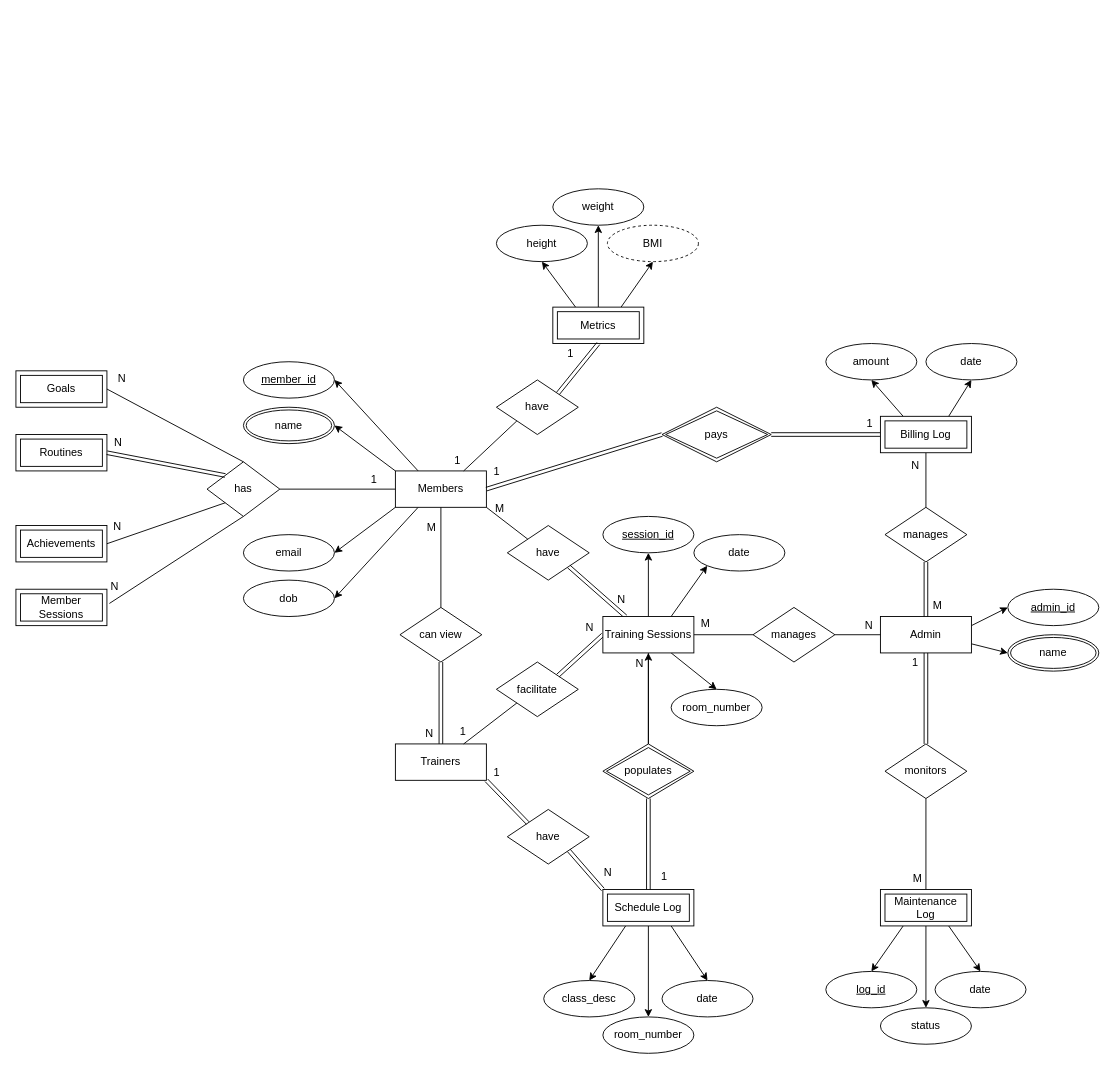
Ibrahimsalman01/FitFriend keeps this draw.io diagram as FitFriend_ER.drawio. Above is the earlier version. Source tidied: cells renumbered, new cells numbered last; positions are measured from the earlier drawing's top-left corner, leaving out a move shared by most shapes. Both pictures are drawn from the tidied source at 91%, with x=0, y=0 at pixel (15, 188).
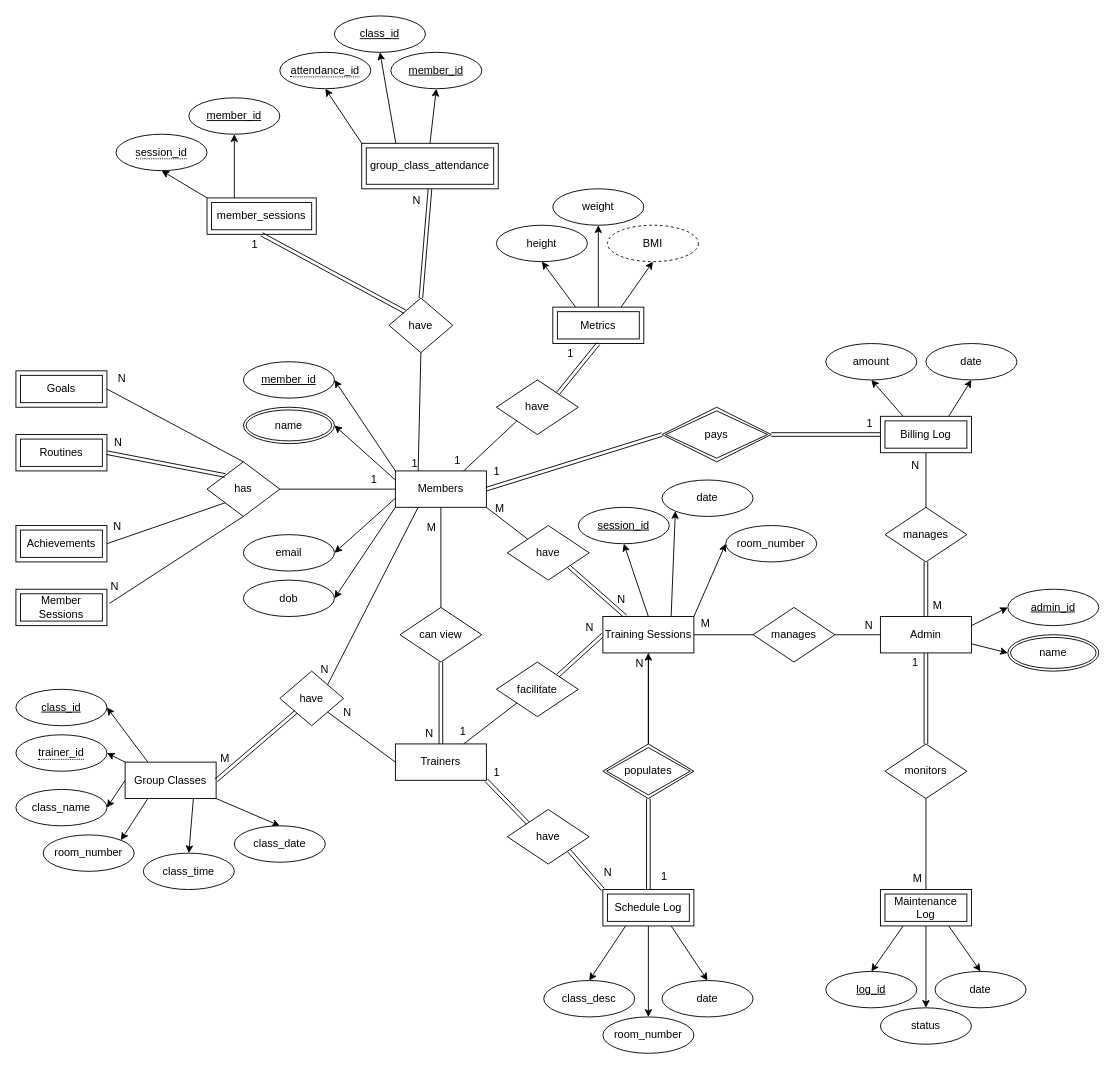
The same diagram, later.

The change refers to these unchanged cells:
```xml
<mxCell id="6" value="Members" style="whiteSpace=wrap;html=1;align=center;" parent="1" vertex="1">
  <mxGeometry x="417" y="310" width="100" height="40" as="geometry" />
</mxCell>
<mxCell id="7" value="Trainers" style="whiteSpace=wrap;html=1;align=center;" parent="1" vertex="1">
  <mxGeometry x="417" y="610" width="100" height="40" as="geometry" />
</mxCell>
<mxCell id="69" value="member_id" style="ellipse;whiteSpace=wrap;html=1;align=center;fontStyle=4;" parent="1" vertex="1">
  <mxGeometry x="250" y="190" width="100" height="40" as="geometry" />
</mxCell>
<mxCell id="70" value="name" style="ellipse;shape=doubleEllipse;margin=3;whiteSpace=wrap;html=1;align=center;" parent="1" vertex="1">
  <mxGeometry x="250" y="240" width="100" height="40" as="geometry" />
</mxCell>
<mxCell id="84" value="Training Sessions" style="whiteSpace=wrap;html=1;align=center;" parent="1" vertex="1">
  <mxGeometry x="645" y="470" width="100" height="40" as="geometry" />
</mxCell>
<mxCell id="101" value="email" style="ellipse;whiteSpace=wrap;html=1;align=center;" parent="1" vertex="1">
  <mxGeometry x="250" y="380" width="100" height="40" as="geometry" />
</mxCell>
<mxCell id="102" value="dob" style="ellipse;whiteSpace=wrap;html=1;align=center;" parent="1" vertex="1">
  <mxGeometry x="250" y="430" width="100" height="40" as="geometry" />
</mxCell>
```

The edit, as a diff of the source:
```diff
@@
-    <mxCell id="2" style="edgeStyle=none;html=1;exitX=0.25;exitY=0;exitDx=0;exitDy=0;entryX=1;entryY=0.5;entryDx=0;entryDy=0;" parent="1" edge="1" source="6" target="69">
+    <mxCell id="2" style="edgeStyle=none;html=1;exitX=0;exitY=0;exitDx=0;exitDy=0;entryX=1;entryY=0.5;entryDx=0;entryDy=0;" parent="1" edge="1" source="6" target="69">
       <mxGeometry relative="1" as="geometry" />
     </mxCell>
-    <mxCell id="3" style="edgeStyle=none;html=1;exitX=0;exitY=0;exitDx=0;exitDy=0;entryX=1;entryY=0.5;entryDx=0;entryDy=0;" parent="1" edge="1" source="6" target="70">
+    <mxCell id="3" style="edgeStyle=none;html=1;exitX=0;exitY=0.25;exitDx=0;exitDy=0;entryX=1;entryY=0.5;entryDx=0;entryDy=0;" parent="1" edge="1" source="6" target="70">
       <mxGeometry relative="1" as="geometry" />
     </mxCell>
-    <mxCell id="4" style="edgeStyle=none;html=1;exitX=0;exitY=1;exitDx=0;exitDy=0;entryX=1;entryY=0.5;entryDx=0;entryDy=0;" parent="1" edge="1" source="6" target="101">
+    <mxCell id="4" style="edgeStyle=none;html=1;exitX=0;exitY=0.75;exitDx=0;exitDy=0;entryX=1;entryY=0.5;entryDx=0;entryDy=0;" parent="1" edge="1" source="6" target="101">
       <mxGeometry relative="1" as="geometry" />
     </mxCell>
-    <mxCell id="5" style="edgeStyle=none;html=1;exitX=0.25;exitY=1;exitDx=0;exitDy=0;entryX=1;entryY=0.5;entryDx=0;entryDy=0;" parent="1" edge="1" source="6" target="102">
+    <mxCell id="5" style="edgeStyle=none;html=1;exitX=0;exitY=1;exitDx=0;exitDy=0;entryX=1;entryY=0.5;entryDx=0;entryDy=0;" parent="1" edge="1" source="6" target="102">
       <mxGeometry relative="1" as="geometry" />
     </mxCell>
@@
+    <mxCell id="83" style="edgeStyle=none;html=1;exitX=0.75;exitY=0;exitDx=0;exitDy=0;entryX=0;entryY=1;entryDx=0;entryDy=0;" parent="1" edge="1" source="84" target="114">
+      <mxGeometry relative="1" as="geometry" />
+    </mxCell>
-    <mxCell id="82" style="edgeStyle=none;html=1;exitX=0.75;exitY=1;exitDx=0;exitDy=0;entryX=0.5;entryY=0;entryDx=0;entryDy=0;" parent="1" edge="1" source="84" target="93">
+    <mxCell id="82" style="edgeStyle=none;html=1;exitX=1;exitY=0;exitDx=0;exitDy=0;entryX=0;entryY=0.5;entryDx=0;entryDy=0;" parent="1" edge="1" source="84" target="93">
       <mxGeometry relative="1" as="geometry" />
     </mxCell>
-    <mxCell id="83" style="edgeStyle=none;html=1;exitX=0.75;exitY=0;exitDx=0;exitDy=0;entryX=0;entryY=1;entryDx=0;entryDy=0;" parent="1" edge="1" source="84" target="114">
-      <mxGeometry relative="1" as="geometry" />
-    </mxCell>
@@
     <mxCell id="92" value="session_id" style="ellipse;whiteSpace=wrap;html=1;align=center;fontStyle=4;" parent="1" vertex="1">
-      <mxGeometry x="645" y="360" width="100" height="40" as="geometry" />
+      <mxGeometry x="618" y="350" width="100" height="40" as="geometry" />
     </mxCell>
     <mxCell id="93" value="room_number" style="ellipse;whiteSpace=wrap;html=1;align=center;" parent="1" vertex="1">
-      <mxGeometry x="720" y="550" width="100" height="40" as="geometry" />
+      <mxGeometry x="780" y="370" width="100" height="40" as="geometry" />
     </mxCell>
@@
     <mxCell id="114" value="date" style="ellipse;whiteSpace=wrap;html=1;align=center;" parent="1" vertex="1">
-      <mxGeometry x="745" y="380" width="100" height="40" as="geometry" />
+      <mxGeometry x="710" y="320" width="100" height="40" as="geometry" />
     </mxCell>
@@
+    <mxCell id="116" value="have" style="shape=rhombus;perimeter=rhombusPerimeter;whiteSpace=wrap;html=1;align=center;" parent="1" vertex="1">
+      <mxGeometry x="290" y="530" width="70" height="60" as="geometry" />
+    </mxCell>
+    <mxCell id="117" style="edgeStyle=none;html=1;exitX=0.25;exitY=0;exitDx=0;exitDy=0;entryX=1;entryY=0.5;entryDx=0;entryDy=0;" parent="1" edge="1" source="123" target="131">
+      <mxGeometry relative="1" as="geometry" />
+    </mxCell>
+    <mxCell id="118" style="edgeStyle=none;html=1;exitX=0;exitY=0;exitDx=0;exitDy=0;entryX=1;entryY=0.5;entryDx=0;entryDy=0;" parent="1" edge="1" source="123" target="132">
+      <mxGeometry relative="1" as="geometry" />
+    </mxCell>
+    <mxCell id="119" style="edgeStyle=none;html=1;exitX=0;exitY=0.5;exitDx=0;exitDy=0;entryX=1;entryY=0.5;entryDx=0;entryDy=0;" parent="1" edge="1" source="123" target="130">
+      <mxGeometry relative="1" as="geometry" />
+    </mxCell>
+    <mxCell id="120" style="edgeStyle=none;html=1;exitX=0.25;exitY=1;exitDx=0;exitDy=0;entryX=1;entryY=0;entryDx=0;entryDy=0;" parent="1" edge="1" source="123" target="133">
+      <mxGeometry relative="1" as="geometry" />
+    </mxCell>
+    <mxCell id="121" style="edgeStyle=none;html=1;exitX=0.75;exitY=1;exitDx=0;exitDy=0;entryX=0.5;entryY=0;entryDx=0;entryDy=0;" parent="1" edge="1" source="123" target="135">
+      <mxGeometry relative="1" as="geometry" />
+    </mxCell>
+    <mxCell id="122" style="edgeStyle=none;html=1;exitX=1;exitY=1;exitDx=0;exitDy=0;entryX=0.5;entryY=0;entryDx=0;entryDy=0;" parent="1" edge="1" source="123" target="134">
+      <mxGeometry relative="1" as="geometry" />
+    </mxCell>
+    <mxCell id="123" value="Group Classes" style="whiteSpace=wrap;html=1;align=center;" parent="1" vertex="1">
+      <mxGeometry x="120" y="630" width="100" height="40" as="geometry" />
+    </mxCell>
+    <mxCell id="124" style="endArrow=none;html=1;rounded=0;entryX=1;entryY=0;entryDx=0;entryDy=0;exitX=0.25;exitY=1;exitDx=0;exitDy=0;" parent="1" edge="1" source="6" target="116">
+      <mxGeometry relative="1" as="geometry" />
+    </mxCell>
+    <mxCell id="125" value="N" style="html=1;align=right;verticalAlign=bottom;" parent="124" vertex="1">
+      <mxGeometry x="1" relative="1" as="geometry">
+        <mxPoint x="2" y="-8" as="offset" />
+      </mxGeometry>
+    </mxCell>
+    <mxCell id="126" style="endArrow=none;html=1;rounded=0;entryX=1;entryY=1;entryDx=0;entryDy=0;exitX=0;exitY=0.5;exitDx=0;exitDy=0;" parent="1" edge="1" source="7" target="116">
+      <mxGeometry relative="1" as="geometry" />
+    </mxCell>
+    <mxCell id="127" value="N" style="html=1;align=right;verticalAlign=bottom;" parent="126" vertex="1">
+      <mxGeometry x="1" relative="1" as="geometry">
+        <mxPoint x="27" y="9" as="offset" />
+      </mxGeometry>
+    </mxCell>
+    <mxCell id="128" style="shape=link;html=1;rounded=0;entryX=1;entryY=0.5;entryDx=0;entryDy=0;exitX=0;exitY=1;exitDx=0;exitDy=0;" parent="1" edge="1" source="116" target="123">
+      <mxGeometry relative="1" as="geometry" />
+    </mxCell>
+    <mxCell id="129" value="M" style="html=1;align=right;verticalAlign=bottom;" parent="128" vertex="1">
+      <mxGeometry x="1" relative="1" as="geometry">
+        <mxPoint x="15" y="-16" as="offset" />
+      </mxGeometry>
+    </mxCell>
+    <mxCell id="130" value="class_name" style="ellipse;whiteSpace=wrap;html=1;align=center;" parent="1" vertex="1">
+      <mxGeometry y="660" width="100" height="40" as="geometry" />
+    </mxCell>
+    <mxCell id="131" value="class_id" style="ellipse;whiteSpace=wrap;html=1;align=center;fontStyle=4;" parent="1" vertex="1">
+      <mxGeometry y="550" width="100" height="40" as="geometry" />
+    </mxCell>
+    <mxCell id="132" value="&lt;span style=&quot;border-bottom: 1px dotted&quot;&gt;trainer_id&lt;/span&gt;" style="ellipse;whiteSpace=wrap;html=1;align=center;" parent="1" vertex="1">
+      <mxGeometry y="600" width="100" height="40" as="geometry" />
+    </mxCell>
+    <mxCell id="133" value="room_number" style="ellipse;whiteSpace=wrap;html=1;align=center;" parent="1" vertex="1">
+      <mxGeometry x="30" y="710" width="100" height="40" as="geometry" />
+    </mxCell>
+    <mxCell id="134" value="class_date" style="ellipse;whiteSpace=wrap;html=1;align=center;" parent="1" vertex="1">
+      <mxGeometry x="240" y="700" width="100" height="40" as="geometry" />
+    </mxCell>
+    <mxCell id="135" value="class_time" style="ellipse;whiteSpace=wrap;html=1;align=center;" parent="1" vertex="1">
+      <mxGeometry x="140" y="730" width="100" height="40" as="geometry" />
+    </mxCell>
+    <mxCell id="136" value="have" style="shape=rhombus;perimeter=rhombusPerimeter;whiteSpace=wrap;html=1;align=center;" parent="1" vertex="1">
+      <mxGeometry x="410" y="120" width="70" height="60" as="geometry" />
+    </mxCell>
+    <mxCell id="137" style="edgeStyle=none;html=1;exitX=0;exitY=0;exitDx=0;exitDy=0;entryX=0.5;entryY=1;entryDx=0;entryDy=0;" parent="1" edge="1" source="139" target="153">
+      <mxGeometry relative="1" as="geometry" />
+    </mxCell>
+    <mxCell id="138" style="edgeStyle=none;html=1;exitX=0.25;exitY=0;exitDx=0;exitDy=0;entryX=0.5;entryY=1;entryDx=0;entryDy=0;" parent="1" edge="1" source="139" target="154">
+      <mxGeometry relative="1" as="geometry" />
+    </mxCell>
+    <mxCell id="139" value="member_sessions" style="shape=ext;margin=3;double=1;whiteSpace=wrap;html=1;align=center;" parent="1" vertex="1">
+      <mxGeometry x="210" y="10" width="120" height="40" as="geometry" />
+    </mxCell>
+    <mxCell id="140" style="edgeStyle=none;html=1;exitX=0;exitY=0;exitDx=0;exitDy=0;entryX=0.5;entryY=1;entryDx=0;entryDy=0;" parent="1" edge="1" source="143" target="150">
+      <mxGeometry relative="1" as="geometry" />
+    </mxCell>
+    <mxCell id="141" style="edgeStyle=none;html=1;exitX=0.25;exitY=0;exitDx=0;exitDy=0;entryX=0.5;entryY=1;entryDx=0;entryDy=0;" parent="1" edge="1" source="143" target="151">
+      <mxGeometry relative="1" as="geometry" />
+    </mxCell>
+    <mxCell id="142" style="edgeStyle=none;html=1;exitX=0.5;exitY=0;exitDx=0;exitDy=0;entryX=0.5;entryY=1;entryDx=0;entryDy=0;" parent="1" edge="1" source="143" target="152">
+      <mxGeometry relative="1" as="geometry" />
+    </mxCell>
+    <mxCell id="143" value="group_class_attendance" style="shape=ext;margin=3;double=1;whiteSpace=wrap;html=1;align=center;" parent="1" vertex="1">
+      <mxGeometry x="380" y="-50" width="150" height="50" as="geometry" />
+    </mxCell>
+    <mxCell id="144" style="endArrow=none;html=1;rounded=0;entryX=0.25;entryY=0;entryDx=0;entryDy=0;exitX=0.5;exitY=1;exitDx=0;exitDy=0;" parent="1" edge="1" source="136" target="6">
+      <mxGeometry relative="1" as="geometry" />
+    </mxCell>
+    <mxCell id="145" value="1" style="html=1;align=right;verticalAlign=bottom;" parent="144" vertex="1">
+      <mxGeometry x="1" relative="1" as="geometry" />
+    </mxCell>
+    <mxCell id="146" style="shape=link;html=1;rounded=0;entryX=0.5;entryY=1;entryDx=0;entryDy=0;exitX=0;exitY=0;exitDx=0;exitDy=0;" parent="1" edge="1" source="136" target="139">
+      <mxGeometry relative="1" as="geometry" />
+    </mxCell>
+    <mxCell id="147" value="1" style="html=1;align=right;verticalAlign=bottom;" parent="146" vertex="1">
+      <mxGeometry x="1" relative="1" as="geometry">
+        <mxPoint x="-4" y="19" as="offset" />
+      </mxGeometry>
+    </mxCell>
+    <mxCell id="148" style="shape=link;html=1;rounded=0;entryX=0.5;entryY=1;entryDx=0;entryDy=0;exitX=0.5;exitY=0;exitDx=0;exitDy=0;" parent="1" edge="1" source="136" target="143">
+      <mxGeometry relative="1" as="geometry" />
+    </mxCell>
+    <mxCell id="149" value="N" style="html=1;align=right;verticalAlign=bottom;" parent="148" vertex="1">
+      <mxGeometry x="1" relative="1" as="geometry">
+        <mxPoint x="-10" y="21" as="offset" />
+      </mxGeometry>
+    </mxCell>
+    <mxCell id="150" value="&lt;span style=&quot;border-bottom: 1px dotted&quot;&gt;attendance_id&lt;/span&gt;" style="ellipse;whiteSpace=wrap;html=1;align=center;" parent="1" vertex="1">
+      <mxGeometry x="290" y="-150" width="100" height="40" as="geometry" />
+    </mxCell>
+    <mxCell id="151" value="class_id" style="ellipse;whiteSpace=wrap;html=1;align=center;fontStyle=4;" parent="1" vertex="1">
+      <mxGeometry x="350" y="-190" width="100" height="40" as="geometry" />
+    </mxCell>
+    <mxCell id="152" value="member_id" style="ellipse;whiteSpace=wrap;html=1;align=center;fontStyle=4;" parent="1" vertex="1">
+      <mxGeometry x="412" y="-150" width="100" height="40" as="geometry" />
+    </mxCell>
+    <mxCell id="153" value="&lt;span style=&quot;border-bottom: 1px dotted&quot;&gt;session_id&lt;/span&gt;" style="ellipse;whiteSpace=wrap;html=1;align=center;" parent="1" vertex="1">
+      <mxGeometry x="110" y="-60" width="100" height="40" as="geometry" />
+    </mxCell>
+    <mxCell id="154" value="member_id" style="ellipse;whiteSpace=wrap;html=1;align=center;fontStyle=4;" parent="1" vertex="1">
+      <mxGeometry x="190" y="-100" width="100" height="40" as="geometry" />
+    </mxCell>
```
